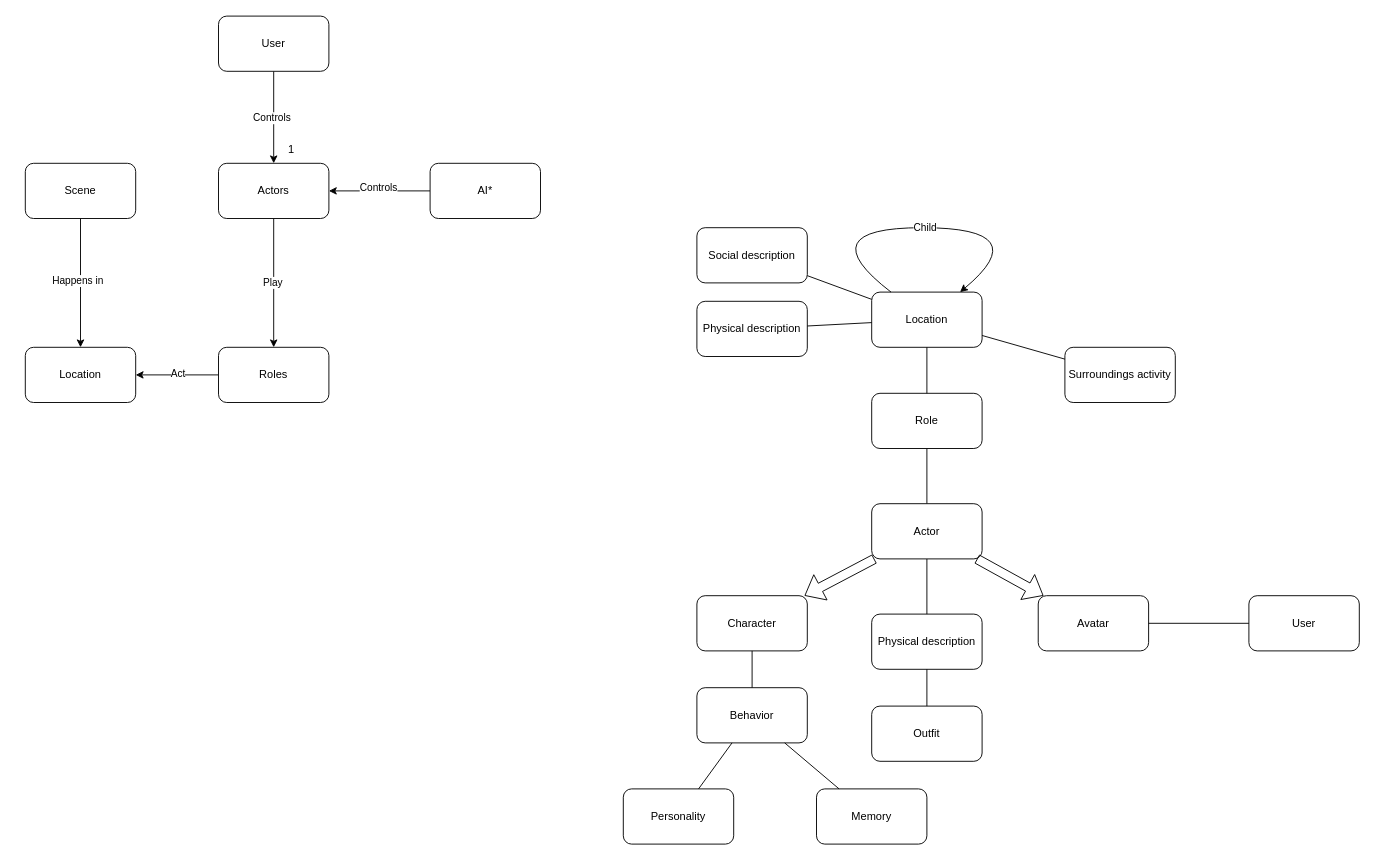
This is doc/conceptual map.drawio from jorgedlrg/ai-middleware, a draw.io file, before an edit. Source tidied: cells renumbered, new cells numbered last; positions are measured from the earlier drawing's top-left corner, leaving out a move shared by most shapes. Both pictures are drawn from the tidied source at 92%, with x=0, y=0 at pixel (25, 16).
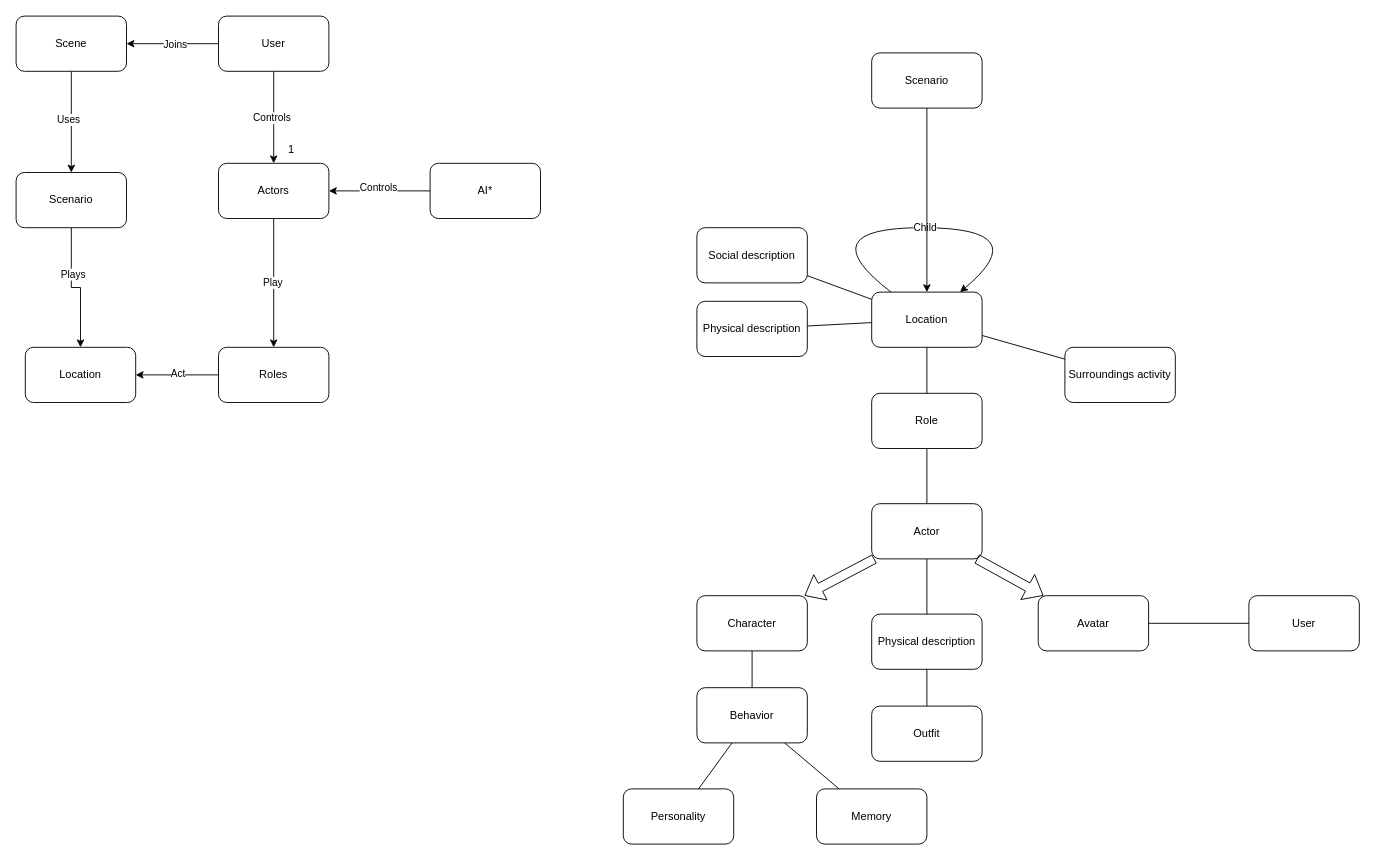
The same page after the edit.

Commit message:
:construction: Add Scenario concept

The change refers to these unchanged cells:
```xml
<mxCell id="2" value="Location" style="rounded=1;whiteSpace=wrap;html=1;" parent="1" vertex="1">
  <mxGeometry x="920" y="300" width="120" height="60" as="geometry" />
</mxCell>
<mxCell id="36" value="User" style="rounded=1;whiteSpace=wrap;html=1;" parent="1" vertex="1">
  <mxGeometry x="210" width="120" height="60" as="geometry" />
</mxCell>
<mxCell id="41" value="Location" style="rounded=1;whiteSpace=wrap;html=1;" parent="1" vertex="1">
  <mxGeometry y="360" width="120" height="60" as="geometry" />
</mxCell>
```

Diff of the diagram source:
```diff
@@
-    <mxCell id="31" style="edgeStyle=orthogonalEdgeStyle;rounded=0;jettySize=auto;html=1;exitX=0.5;exitY=1;exitDx=0;exitDy=0;" parent="1" edge="1" source="33" target="41">
+    <mxCell id="31" style="edgeStyle=orthogonalEdgeStyle;rounded=0;jettySize=auto;html=1;" parent="1" edge="1" source="33" target="54">
       <mxGeometry relative="1" as="geometry" />
     </mxCell>
-    <mxCell id="32" value="Happens in" style="edgeLabel;html=1;align=center;verticalAlign=middle;" parent="31" vertex="1">
+    <mxCell id="32" value="Uses" style="edgeLabel;html=1;align=center;verticalAlign=middle;" parent="31" vertex="1">
       <mxGeometry x="-0.05" y="-4" relative="1" as="geometry" />
     </mxCell>
     <mxCell id="33" value="Scene" style="rounded=1;whiteSpace=wrap;html=1;" parent="1" vertex="1">
-      <mxGeometry y="160" width="120" height="60" as="geometry" />
+      <mxGeometry x="-10" width="120" height="60" as="geometry" />
     </mxCell>
@@
+    <mxCell id="48" style="edgeStyle=orthogonalEdgeStyle;rounded=0;jettySize=auto;html=1;" parent="1" edge="1" source="36" target="33">
+      <mxGeometry relative="1" as="geometry" />
+    </mxCell>
+    <mxCell id="49" value="Joins" style="edgeLabel;html=1;align=center;verticalAlign=middle;" parent="48" vertex="1">
+      <mxGeometry x="-0.05" relative="1" as="geometry" />
+    </mxCell>
@@
+    <mxCell id="50" style="edgeStyle=orthogonalEdgeStyle;rounded=0;jettySize=auto;html=1;" parent="1" edge="1" source="51" target="2">
+      <mxGeometry relative="1" as="geometry" />
+    </mxCell>
+    <mxCell id="51" value="Scenario" style="rounded=1;whiteSpace=wrap;html=1;" parent="1" vertex="1">
+      <mxGeometry x="920" y="40" width="120" height="60" as="geometry" />
+    </mxCell>
+    <mxCell id="52" style="edgeStyle=orthogonalEdgeStyle;rounded=0;jettySize=auto;html=1;" parent="1" edge="1" source="54" target="41">
+      <mxGeometry relative="1" as="geometry" />
+    </mxCell>
+    <mxCell id="53" value="Plays" style="edgeLabel;html=1;align=center;verticalAlign=middle;" parent="52" vertex="1">
+      <mxGeometry x="-0.29" y="1" relative="1" as="geometry" />
+    </mxCell>
+    <mxCell id="54" value="Scenario" style="rounded=1;whiteSpace=wrap;html=1;" parent="1" vertex="1">
+      <mxGeometry x="-10" y="170" width="120" height="60" as="geometry" />
+    </mxCell>
```
